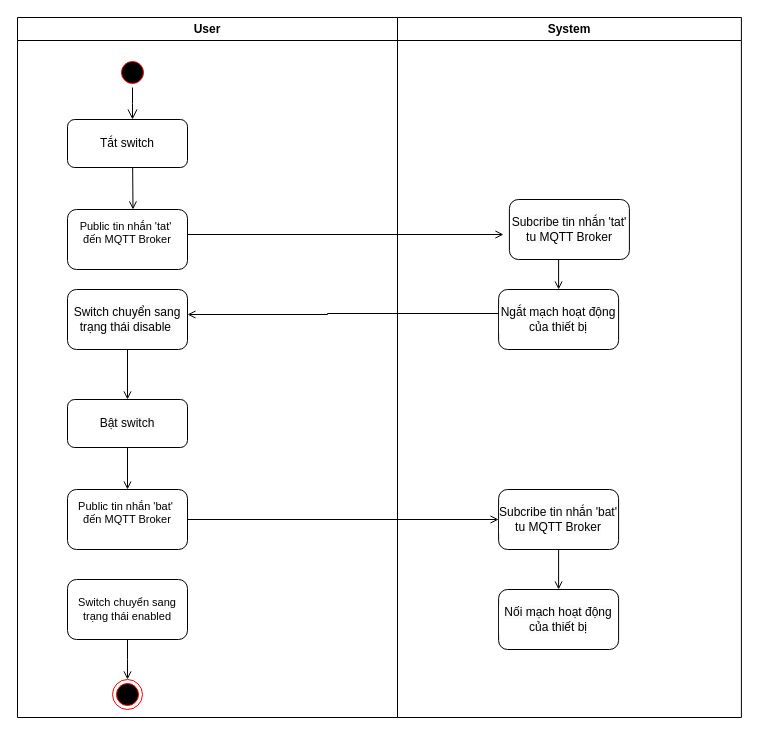
pham-phuc/App_do_an keeps this draw.io diagram as page "Page-1" (1 of 2) of client/Untitled Diagram.drawio. Above is the earlier version. Source tidied: cells renumbered, new cells numbered last; positions are measured from the earlier drawing's top-left corner, leaving out a move shared by most shapes. Both pictures are drawn from the tidied source at 100%, with x=0, y=0 at pixel (17, 17).
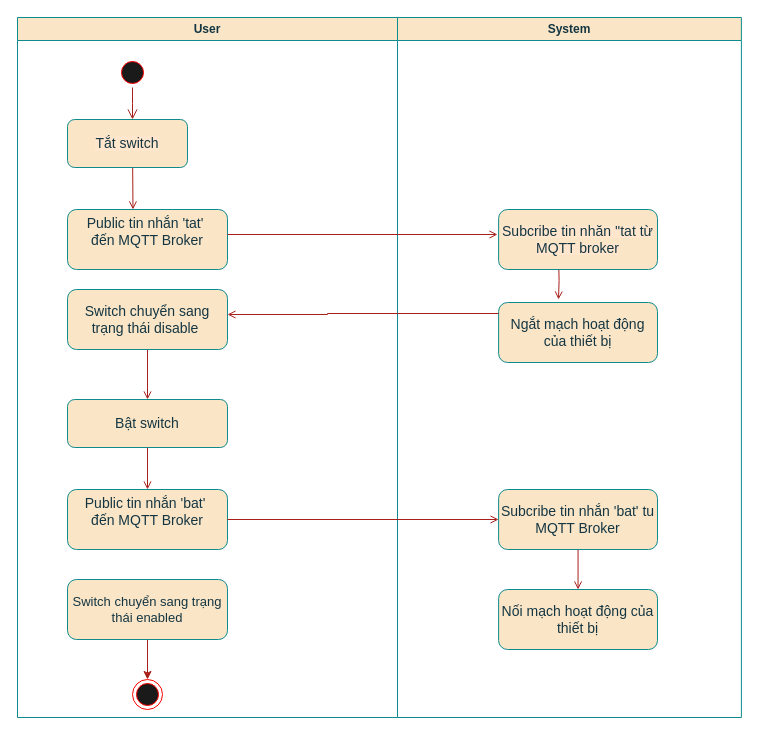
Above is the later version.

Diff of the diagram source:
```diff
@@
-    <mxCell id="2" value="User" style="swimlane;whiteSpace=wrap;" parent="1" vertex="1">
+    <mxCell id="2" value="User" style="swimlane;whiteSpace=wrap;fillColor=#FAE5C7;strokeColor=#0F8B8D;labelBackgroundColor=none;fontColor=#143642;" parent="1" vertex="1">
       <mxGeometry width="380" height="700" as="geometry" />
     </mxCell>
-    <mxCell id="3" style="ellipse;shape=startState;fillColor=#000000;strokeColor=#ff0000;" parent="2" vertex="1">
+    <mxCell id="3" style="ellipse;shape=startState;fillColor=#1A1A1A;strokeColor=#FF0000;labelBackgroundColor=none;fontColor=#143642;" parent="2" vertex="1">
       <mxGeometry x="100" y="40" width="30" height="30" as="geometry" />
     </mxCell>
-    <mxCell id="4" style="edgeStyle=elbowEdgeStyle;elbow=horizontal;verticalAlign=bottom;endArrow=open;endSize=8;strokeColor=#000000;endFill=1;rounded=0;" parent="2" edge="1" source="3">
+    <mxCell id="4" style="edgeStyle=elbowEdgeStyle;elbow=horizontal;verticalAlign=bottom;endArrow=open;endSize=8;strokeColor=#A8201A;endFill=1;rounded=0;fontSize=13;labelBackgroundColor=none;fontColor=default;" parent="2" edge="1" source="3">
       <mxGeometry x="100" y="40" as="geometry">
         <mxPoint x="115" y="102" as="targetPoint" />
       </mxGeometry>
     </mxCell>
-    <mxCell id="5" style="endArrow=open;strokeColor=#000000;endFill=1;rounded=0;" parent="2" edge="1">
+    <mxCell id="5" style="endArrow=open;strokeColor=#A8201A;endFill=1;rounded=0;fontSize=13;labelBackgroundColor=none;fontColor=default;" parent="2" edge="1">
       <mxGeometry relative="1" as="geometry">
         <mxPoint x="115.1" y="142" as="sourcePoint" />
         <mxPoint x="115.5" y="192" as="targetPoint" />
       </mxGeometry>
     </mxCell>
-    <mxCell id="6" value="Public tin nhắn 'tat'&amp;nbsp;&lt;br style=&quot;padding: 0px; margin: 0px;&quot;&gt;đến MQTT Broker&lt;div style=&quot;padding: 0px; margin: 0px;&quot;&gt;&lt;br style=&quot;padding: 0px; margin: 0px; font-size: 12px; text-wrap-mode: nowrap; background-color: rgb(251, 251, 251);&quot;&gt;&lt;/div&gt;" style="rounded=1;whiteSpace=wrap;html=1;fontFamily=Helvetica;fontSize=11;fontColor=default;labelBackgroundColor=default;" parent="2" vertex="1">
-      <mxGeometry x="50" y="192" width="120" height="60" as="geometry" />
+    <mxCell id="6" value="&lt;font style=&quot;font-size: 14px;&quot;&gt;Public tin nhắn 'tat'&amp;nbsp;&lt;br style=&quot;padding: 0px; margin: 0px;&quot;&gt;đến MQTT Broker&lt;/font&gt;&lt;div style=&quot;padding: 0px; margin: 0px;&quot;&gt;&lt;br style=&quot;padding: 0px; margin: 0px; text-wrap-mode: nowrap;&quot;&gt;&lt;/div&gt;" style="rounded=1;whiteSpace=wrap;html=1;fontFamily=Helvetica;fontSize=13;labelBackgroundColor=none;fillColor=#FAE5C7;strokeColor=#0F8B8D;fontColor=#143642;" parent="2" vertex="1">
+      <mxGeometry x="50" y="192" width="160" height="60" as="geometry" />
     </mxCell>
-    <mxCell id="7" value="&lt;span style=&quot;font-size: 12px; text-wrap-mode: nowrap; background-color: rgb(251, 251, 251);&quot;&gt;Tắt switch&lt;/span&gt;" style="rounded=1;whiteSpace=wrap;html=1;fontFamily=Helvetica;fontSize=11;fontColor=default;labelBackgroundColor=default;" parent="2" vertex="1">
+    <mxCell id="7" value="&lt;span style=&quot;text-wrap-mode: nowrap; background-color: rgb(255, 230, 204);&quot;&gt;&lt;font style=&quot;font-size: 14px;&quot;&gt;Tắt switch&lt;/font&gt;&lt;/span&gt;" style="rounded=1;whiteSpace=wrap;html=1;fontFamily=Helvetica;fontSize=13;labelBackgroundColor=none;fillColor=#FAE5C7;strokeColor=#0F8B8D;fontColor=#143642;" parent="2" vertex="1">
       <mxGeometry x="50" y="102" width="120" height="48" as="geometry" />
     </mxCell>
-    <mxCell id="8" style="edgeStyle=orthogonalEdgeStyle;shape=connector;rounded=0;jettySize=auto;html=1;strokeColor=default;align=center;verticalAlign=middle;fontFamily=Helvetica;fontSize=11;fontColor=default;labelBackgroundColor=default;endArrow=open;endFill=0;" parent="2" edge="1" source="9" target="12">
+    <mxCell id="8" style="edgeStyle=orthogonalEdgeStyle;shape=connector;rounded=0;jettySize=auto;html=1;strokeColor=#A8201A;align=center;verticalAlign=middle;fontFamily=Helvetica;fontSize=13;fontColor=default;labelBackgroundColor=none;endArrow=open;endFill=0;" parent="2" edge="1" source="9" target="12">
       <mxGeometry relative="1" as="geometry" />
     </mxCell>
-    <mxCell id="9" value="&lt;span style=&quot;font-size: 12px; text-wrap-mode: nowrap; background-color: rgb(251, 251, 251);&quot;&gt;Switch chuyển sang&lt;/span&gt;&lt;br style=&quot;padding: 0px; margin: 0px; font-size: 12px; text-wrap-mode: nowrap; background-color: rgb(251, 251, 251);&quot;&gt;&lt;span style=&quot;font-size: 12px; text-wrap-mode: nowrap; background-color: rgb(251, 251, 251);&quot;&gt;trạng thái disable&amp;nbsp;&lt;/span&gt;" style="rounded=1;whiteSpace=wrap;html=1;fontFamily=Helvetica;fontSize=11;fontColor=default;labelBackgroundColor=default;" parent="2" vertex="1">
-      <mxGeometry x="50" y="272" width="120" height="60" as="geometry" />
+    <mxCell id="9" value="&lt;span style=&quot;background-color: rgb(250, 229, 199);&quot;&gt;&lt;font style=&quot;font-size: 14px;&quot;&gt;&lt;span style=&quot;text-wrap-mode: nowrap;&quot;&gt;Switch chuyển sang&lt;/span&gt;&lt;br style=&quot;padding: 0px; margin: 0px; text-wrap-mode: nowrap;&quot;&gt;&lt;span style=&quot;text-wrap-mode: nowrap;&quot;&gt;trạng thái disable&amp;nbsp;&lt;/span&gt;&lt;/font&gt;&lt;/span&gt;" style="rounded=1;whiteSpace=wrap;html=1;fontFamily=Helvetica;fontSize=13;fontColor=#143642;labelBackgroundColor=none;fillColor=#FAE5C7;strokeColor=#0F8B8D;" parent="2" vertex="1">
+      <mxGeometry x="50" y="272" width="160" height="60" as="geometry" />
     </mxCell>
-    <mxCell id="10" style="edgeStyle=orthogonalEdgeStyle;rounded=0;orthogonalLoop=1;jettySize=auto;html=1;exitX=0.5;exitY=1;exitDx=0;exitDy=0;" parent="2" edge="1">
+    <mxCell id="10" style="edgeStyle=orthogonalEdgeStyle;rounded=0;orthogonalLoop=1;jettySize=auto;html=1;exitX=0.5;exitY=1;exitDx=0;exitDy=0;fontSize=13;labelBackgroundColor=none;strokeColor=#A8201A;fontColor=default;" parent="2" edge="1">
       <mxGeometry relative="1" as="geometry">
         <mxPoint x="110" y="508" as="sourcePoint" />
         <mxPoint x="110" y="508" as="targetPoint" />
       </mxGeometry>
     </mxCell>
-    <mxCell id="11" style="edgeStyle=orthogonalEdgeStyle;shape=connector;rounded=0;jettySize=auto;html=1;strokeColor=default;align=center;verticalAlign=middle;fontFamily=Helvetica;fontSize=11;fontColor=default;labelBackgroundColor=default;endArrow=open;endFill=0;" parent="2" edge="1" source="12" target="13">
+    <mxCell id="11" style="edgeStyle=orthogonalEdgeStyle;shape=connector;rounded=0;jettySize=auto;html=1;strokeColor=#A8201A;align=center;verticalAlign=middle;fontFamily=Helvetica;fontSize=13;fontColor=default;labelBackgroundColor=none;endArrow=open;endFill=0;" parent="2" edge="1" source="12" target="13">
       <mxGeometry relative="1" as="geometry" />
     </mxCell>
-    <mxCell id="12" value="&lt;span style=&quot;font-size: 12px; background-color: rgb(251, 251, 251);&quot;&gt;Bật switch&lt;/span&gt;" style="whiteSpace=wrap;html=1;fontSize=11;rounded=1;labelBackgroundColor=default;" parent="2" vertex="1">
-      <mxGeometry x="50" y="382" width="120" height="48" as="geometry" />
+    <mxCell id="12" value="&lt;span style=&quot;background-color: rgb(250, 229, 199);&quot;&gt;&lt;font style=&quot;font-size: 14px;&quot;&gt;Bật switch&lt;/font&gt;&lt;/span&gt;" style="whiteSpace=wrap;html=1;fontSize=13;rounded=1;labelBackgroundColor=none;fillColor=#FAE5C7;strokeColor=#0F8B8D;fontColor=#143642;" parent="2" vertex="1">
+      <mxGeometry x="50" y="382" width="160" height="48" as="geometry" />
     </mxCell>
-    <mxCell id="13" value="Public tin nhắn 'bat'&amp;nbsp;&lt;br style=&quot;padding: 0px; margin: 0px;&quot;&gt;đến MQTT Broker&lt;div style=&quot;padding: 0px; margin: 0px;&quot;&gt;&lt;br style=&quot;font-size: 12px; text-wrap-mode: nowrap; background-color: rgb(251, 251, 251); padding: 0px; margin: 0px;&quot;&gt;&lt;/div&gt;" style="whiteSpace=wrap;html=1;fontSize=11;rounded=1;labelBackgroundColor=default;" parent="2" vertex="1">
-      <mxGeometry x="50" y="472" width="120" height="60" as="geometry" />
+    <mxCell id="13" value="&lt;font style=&quot;font-size: 14px;&quot;&gt;Public tin nhắn 'bat'&amp;nbsp;&lt;br style=&quot;padding: 0px; margin: 0px;&quot;&gt;đến MQTT Broker&lt;/font&gt;&lt;div style=&quot;padding: 0px; margin: 0px;&quot;&gt;&lt;br style=&quot;text-wrap-mode: nowrap; background-color: rgb(251, 251, 251); padding: 0px; margin: 0px;&quot;&gt;&lt;/div&gt;" style="whiteSpace=wrap;html=1;fontSize=13;rounded=1;labelBackgroundColor=none;fillColor=#FAE5C7;strokeColor=#0F8B8D;fontColor=#143642;" parent="2" vertex="1">
+      <mxGeometry x="50" y="472" width="160" height="60" as="geometry" />
     </mxCell>
-    <mxCell id="14" style="edgeStyle=orthogonalEdgeStyle;shape=connector;rounded=0;jettySize=auto;html=1;strokeColor=default;align=center;verticalAlign=middle;fontFamily=Helvetica;fontSize=11;fontColor=default;labelBackgroundColor=default;endArrow=open;endFill=0;" parent="2" edge="1" source="15">
-      <mxGeometry relative="1" as="geometry">
-        <mxPoint x="110" y="662" as="targetPoint" />
-      </mxGeometry>
-    </mxCell>
+    <mxCell id="27" style="edgeStyle=orthogonalEdgeStyle;rounded=0;jettySize=auto;html=1;strokeColor=#A8201A;fontColor=#143642;fillColor=#FAE5C7;" parent="2" edge="1" source="15" target="16">
+      <mxGeometry relative="1" as="geometry" />
+    </mxCell>
-    <mxCell id="15" value="Switch chuyển sang trạng thái enabled" style="rounded=1;whiteSpace=wrap;html=1;fontFamily=Helvetica;fontSize=11;fontColor=default;labelBackgroundColor=default;" parent="2" vertex="1">
-      <mxGeometry x="50" y="562" width="120" height="60" as="geometry" />
+    <mxCell id="15" value="Switch chuyển sang trạng thái enabled" style="rounded=1;whiteSpace=wrap;html=1;fontFamily=Helvetica;fontSize=13;fontColor=#143642;labelBackgroundColor=none;fillColor=#FAE5C7;strokeColor=#0F8B8D;" parent="2" vertex="1">
+      <mxGeometry x="50" y="562" width="160" height="60" as="geometry" />
     </mxCell>
-    <mxCell id="16" style="ellipse;html=1;shape=endState;fillColor=#000000;strokeColor=#ff0000;fontFamily=Helvetica;fontSize=11;fontColor=default;labelBackgroundColor=default;" parent="2" vertex="1">
-      <mxGeometry x="95" y="662" width="30" height="30" as="geometry" />
+    <mxCell id="16" style="ellipse;html=1;shape=endState;fillColor=#1A1A1A;strokeColor=#FF0000;fontFamily=Helvetica;fontSize=11;fontColor=#143642;labelBackgroundColor=none;" parent="2" vertex="1">
+      <mxGeometry x="115" y="662" width="30" height="30" as="geometry" />
     </mxCell>
-    <mxCell id="17" value="System" style="swimlane;whiteSpace=wrap;" parent="1" vertex="1">
+    <mxCell id="17" value="System" style="swimlane;whiteSpace=wrap;fillColor=#FAE5C7;strokeColor=#0F8B8D;labelBackgroundColor=none;fontColor=#143642;" parent="1" vertex="1">
       <mxGeometry x="380" width="343.9" height="700" as="geometry" />
     </mxCell>
-    <mxCell id="18" style="edgeStyle=orthogonalEdgeStyle;rounded=0;orthogonalLoop=1;jettySize=auto;html=1;endArrow=open;endFill=0;" parent="17" edge="1">
+    <mxCell id="18" style="edgeStyle=orthogonalEdgeStyle;rounded=0;orthogonalLoop=1;jettySize=auto;html=1;endArrow=open;endFill=0;fontSize=13;labelBackgroundColor=none;strokeColor=#A8201A;fontColor=default;" parent="17" edge="1">
       <mxGeometry relative="1" as="geometry">
         <mxPoint x="161.1" y="242" as="sourcePoint" />
-        <mxPoint x="161.1" y="272" as="targetPoint" />
+        <mxPoint x="161" y="282" as="targetPoint" />
       </mxGeometry>
     </mxCell>
-    <mxCell id="19" style="edgeStyle=orthogonalEdgeStyle;shape=connector;rounded=0;jettySize=auto;html=1;strokeColor=default;align=center;verticalAlign=middle;fontFamily=Helvetica;fontSize=11;fontColor=default;labelBackgroundColor=default;endArrow=open;endFill=0;" parent="17" edge="1" source="20" target="21">
+    <mxCell id="19" style="edgeStyle=orthogonalEdgeStyle;shape=connector;rounded=0;jettySize=auto;html=1;strokeColor=#A8201A;align=center;verticalAlign=middle;fontFamily=Helvetica;fontSize=13;fontColor=default;labelBackgroundColor=none;endArrow=open;endFill=0;" parent="17" edge="1" source="20" target="21">
       <mxGeometry relative="1" as="geometry" />
     </mxCell>
-    <mxCell id="20" value="&lt;div style=&quot;padding: 0px; margin: 0px;&quot;&gt;&lt;span style=&quot;font-size: 12px; text-align: left; background-color: rgb(251, 251, 251);&quot;&gt;Subcribe tin nhắn 'bat' tu MQTT Broker&lt;/span&gt;&lt;/div&gt;" style="whiteSpace=wrap;html=1;fontSize=11;rounded=1;labelBackgroundColor=default;" parent="17" vertex="1">
-      <mxGeometry x="101.1" y="472" width="120" height="60" as="geometry" />
+    <mxCell id="20" value="&lt;div style=&quot;padding: 0px; margin: 0px;&quot;&gt;&lt;span style=&quot;text-align: left; background-color: rgb(250, 229, 199);&quot;&gt;&lt;font style=&quot;font-size: 14px;&quot;&gt;Subcribe tin nhắn 'bat' tu MQTT Broker&lt;/font&gt;&lt;/span&gt;&lt;/div&gt;" style="whiteSpace=wrap;html=1;fontSize=13;rounded=1;labelBackgroundColor=none;fillColor=#FAE5C7;strokeColor=#0F8B8D;fontColor=#143642;" parent="17" vertex="1">
+      <mxGeometry x="101.1" y="472" width="158.9" height="60" as="geometry" />
     </mxCell>
-    <mxCell id="21" value="&lt;span style=&quot;font-size: 12px; background-color: rgb(251, 251, 251);&quot;&gt;Nối mạch hoạt động của thiết bị&lt;/span&gt;" style="whiteSpace=wrap;html=1;fontSize=11;rounded=1;labelBackgroundColor=default;" parent="17" vertex="1">
-      <mxGeometry x="101.1" y="572" width="120" height="60" as="geometry" />
+    <mxCell id="21" value="&lt;span style=&quot;background-color: rgb(250, 229, 199);&quot;&gt;&lt;font style=&quot;font-size: 14px;&quot;&gt;Nối mạch hoạt động của thiết bị&lt;/font&gt;&lt;/span&gt;" style="whiteSpace=wrap;html=1;fontSize=13;rounded=1;labelBackgroundColor=none;fillColor=#FAE5C7;strokeColor=#0F8B8D;fontColor=#143642;" parent="17" vertex="1">
+      <mxGeometry x="101.1" y="572" width="158.9" height="60" as="geometry" />
     </mxCell>
-    <mxCell id="22" value="&lt;span style=&quot;font-size: 12px; text-align: left; background-color: rgb(251, 251, 251);&quot;&gt;Subcribe tin nhắn 'tat' tu MQTT Broker&lt;/span&gt;" style="rounded=1;whiteSpace=wrap;html=1;fontFamily=Helvetica;fontSize=11;fontColor=default;labelBackgroundColor=default;" parent="17" vertex="1">
-      <mxGeometry x="111.9" y="182" width="120" height="60" as="geometry" />
+    <mxCell id="22" value="&lt;span style=&quot;background-color: rgb(255, 230, 204);&quot;&gt;&lt;font style=&quot;font-size: 14px;&quot;&gt;Subcribe tin nhăn ''tat từ MQTT broker&lt;/font&gt;&lt;/span&gt;" style="rounded=1;whiteSpace=wrap;html=1;fontFamily=Helvetica;fontSize=11;labelBackgroundColor=none;align=center;fillColor=#FAE5C7;strokeColor=#0F8B8D;fontColor=#143642;" parent="17" vertex="1">
+      <mxGeometry x="101.1" y="192" width="158.9" height="60" as="geometry" />
     </mxCell>
-    <mxCell id="23" value="&lt;span style=&quot;font-size: 12px; text-align: left; background-color: rgb(251, 251, 251);&quot;&gt;Ngắt mạch hoạt động của thiết bị&lt;/span&gt;" style="rounded=1;whiteSpace=wrap;html=1;fontFamily=Helvetica;fontSize=11;fontColor=default;labelBackgroundColor=default;" parent="17" vertex="1">
-      <mxGeometry x="101.1" y="272" width="120" height="60" as="geometry" />
+    <mxCell id="23" value="&lt;span style=&quot;text-align: left; background-color: rgb(250, 229, 199);&quot;&gt;&lt;font style=&quot;font-size: 14px;&quot;&gt;Ngắt mạch hoạt động của thiết bị&lt;/font&gt;&lt;/span&gt;" style="rounded=1;whiteSpace=wrap;html=1;fontFamily=Helvetica;fontSize=13;fontColor=#143642;labelBackgroundColor=none;fillColor=#FAE5C7;strokeColor=#0F8B8D;" parent="17" vertex="1">
+      <mxGeometry x="101.1" y="285" width="158.9" height="60" as="geometry" />
     </mxCell>
-    <mxCell id="24" style="edgeStyle=orthogonalEdgeStyle;rounded=0;orthogonalLoop=1;jettySize=auto;html=1;exitX=1;exitY=0.5;exitDx=0;exitDy=0;endArrow=open;endFill=0;" parent="1" edge="1">
+    <mxCell id="24" style="edgeStyle=orthogonalEdgeStyle;rounded=0;orthogonalLoop=1;jettySize=auto;html=1;endArrow=open;endFill=0;fontSize=13;labelBackgroundColor=none;strokeColor=#A8201A;fontColor=default;" parent="1" edge="1">
       <mxGeometry relative="1" as="geometry">
-        <mxPoint x="170" y="217" as="sourcePoint" />
-        <mxPoint x="486" y="217" as="targetPoint" />
+        <mxPoint x="210" y="217" as="sourcePoint" />
+        <mxPoint x="480" y="217" as="targetPoint" />
       </mxGeometry>
     </mxCell>
-    <mxCell id="25" style="edgeStyle=orthogonalEdgeStyle;rounded=0;orthogonalLoop=1;jettySize=auto;html=1;entryX=1;entryY=0.5;entryDx=0;entryDy=0;endArrow=open;endFill=0;" parent="1" edge="1">
+    <mxCell id="25" style="edgeStyle=orthogonalEdgeStyle;rounded=0;orthogonalLoop=1;jettySize=auto;html=1;endArrow=open;endFill=0;fontSize=13;labelBackgroundColor=none;strokeColor=#A8201A;fontColor=default;" parent="1" edge="1">
       <mxGeometry relative="1" as="geometry">
         <mxPoint x="481.1" y="296" as="sourcePoint" />
-        <mxPoint x="170" y="297" as="targetPoint" />
+        <mxPoint x="210" y="297" as="targetPoint" />
         <Array as="points">
           <mxPoint x="310" y="296" />
           <mxPoint x="310" y="297" />
         </Array>
       </mxGeometry>
     </mxCell>
-    <mxCell id="26" style="edgeStyle=orthogonalEdgeStyle;shape=connector;rounded=0;jettySize=auto;html=1;strokeColor=default;align=center;verticalAlign=middle;fontFamily=Helvetica;fontSize=11;fontColor=default;labelBackgroundColor=default;endArrow=open;endFill=0;" parent="1" edge="1" source="13" target="20">
+    <mxCell id="26" style="edgeStyle=orthogonalEdgeStyle;shape=connector;rounded=0;jettySize=auto;html=1;strokeColor=#A8201A;align=center;verticalAlign=middle;fontFamily=Helvetica;fontSize=13;fontColor=default;labelBackgroundColor=none;endArrow=open;endFill=0;" parent="1" edge="1" source="13" target="20">
       <mxGeometry relative="1" as="geometry" />
     </mxCell>
```
